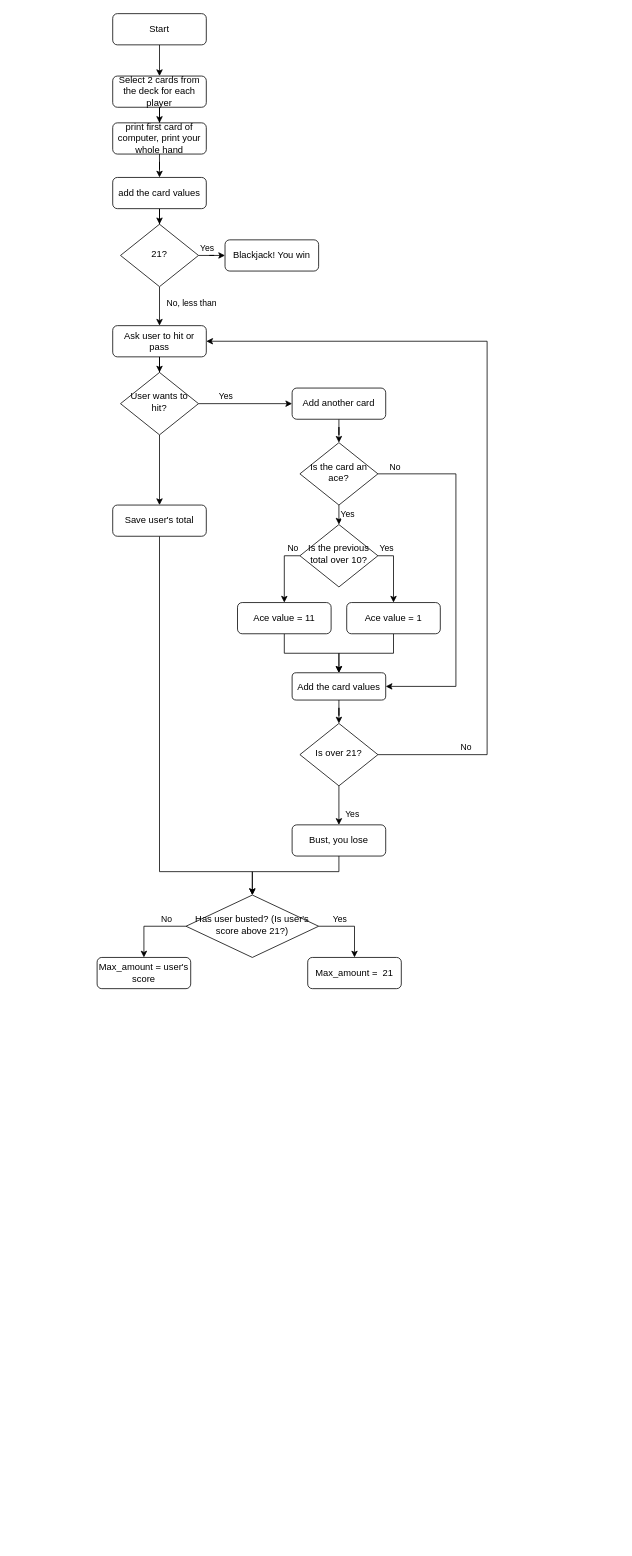
Earlier version of the draw.io diagram Untitled Diagram.drawio (technodactyl/hangman). Source tidied: cells renumbered, new cells numbered last; positions are measured from the earlier drawing's top-left corner, leaving out a move shared by most shapes. Both pictures are drawn from the tidied source at 78%, with x=0, y=0 at pixel (97, 13).
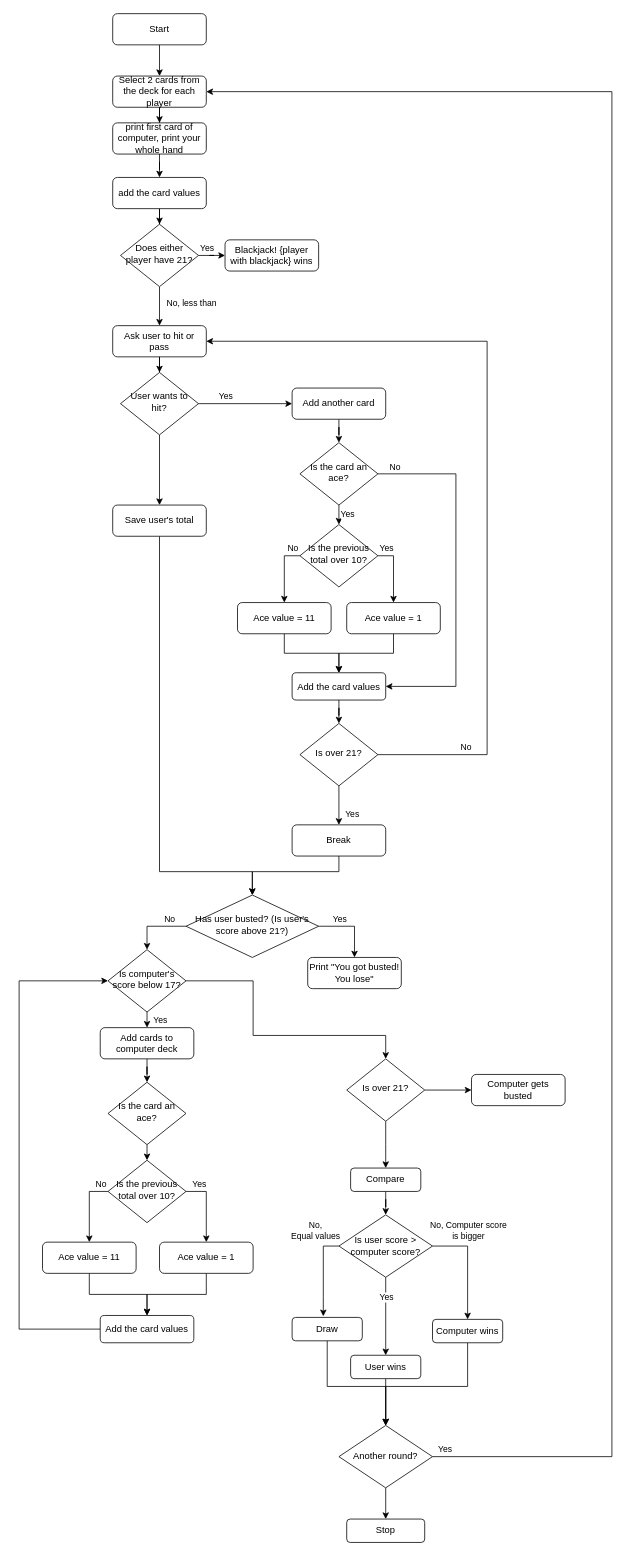
The same diagram, later.

Unchanged cells that the change refers to:
```xml
<mxCell id="18" value="Select 2 cards from the deck for each player" style="rounded=1;whiteSpace=wrap;html=1;fontSize=12;glass=0;strokeWidth=1;shadow=0;" parent="1" vertex="1">
  <mxGeometry x="20" y="80" width="120" height="40" as="geometry" />
</mxCell>
<mxCell id="53" value="Has user busted? (Is user's score above 21?)" style="rhombus;whiteSpace=wrap;html=1;shadow=0;fontFamily=Helvetica;fontSize=12;align=center;strokeWidth=1;spacing=6;spacingTop=-4;" parent="1" vertex="1">
  <mxGeometry x="114" y="1130" width="170" height="80" as="geometry" />
</mxCell>
```

What changed in the source:
```diff
@@
-    <mxCell id="13" value="21?" style="rhombus;whiteSpace=wrap;html=1;shadow=0;fontFamily=Helvetica;fontSize=12;align=center;strokeWidth=1;spacing=6;spacingTop=-4;" parent="1" vertex="1">
+    <mxCell id="13" value="Does either player have 21?" style="rhombus;whiteSpace=wrap;html=1;shadow=0;fontFamily=Helvetica;fontSize=12;align=center;strokeWidth=1;spacing=6;spacingTop=-4;" parent="1" vertex="1">
       <mxGeometry x="30" y="270" width="100" height="80" as="geometry" />
     </mxCell>
-    <mxCell id="14" value="Blackjack! You win" style="rounded=1;whiteSpace=wrap;html=1;fontSize=12;glass=0;strokeWidth=1;shadow=0;" parent="1" vertex="1">
+    <mxCell id="14" value="Blackjack! {player with blackjack} wins" style="rounded=1;whiteSpace=wrap;html=1;fontSize=12;glass=0;strokeWidth=1;shadow=0;" parent="1" vertex="1">
       <mxGeometry x="164" y="290" width="120" height="40" as="geometry" />
     </mxCell>
@@
-    <mxCell id="35" value="Bust, you lose" style="rounded=1;whiteSpace=wrap;html=1;fontSize=12;glass=0;strokeWidth=1;shadow=0;direction=east;" parent="1" vertex="1">
+    <mxCell id="35" value="Break" style="rounded=1;whiteSpace=wrap;html=1;fontSize=12;glass=0;strokeWidth=1;shadow=0;direction=east;" parent="1" vertex="1">
       <mxGeometry x="250" y="1040" width="120" height="40" as="geometry" />
     </mxCell>
@@
-    <mxCell id="51" style="edgeStyle=orthogonalEdgeStyle;rounded=0;jettySize=auto;html=1;exitX=0;exitY=0.5;exitDx=0;exitDy=0;entryX=0.5;entryY=0;entryDx=0;entryDy=0;" parent="1" edge="1" source="53" target="55">
-      <mxGeometry relative="1" as="geometry" />
-    </mxCell>
-    <mxCell id="52" value="No" style="edgeLabel;html=1;align=center;verticalAlign=middle;" parent="51" vertex="1">
-      <mxGeometry x="-0.45" relative="1" as="geometry">
-        <mxPoint y="-10" as="offset" />
-      </mxGeometry>
-    </mxCell>
+    <mxCell id="56" style="edgeStyle=orthogonalEdgeStyle;rounded=0;jettySize=auto;html=1;entryX=0.5;entryY=0;entryDx=0;entryDy=0;exitX=0;exitY=0.5;exitDx=0;exitDy=0;" parent="1" edge="1" source="53" target="62">
+      <mxGeometry relative="1" as="geometry" />
+    </mxCell>
+    <mxCell id="57" value="No" style="edgeLabel;html=1;align=center;verticalAlign=middle;" parent="56" vertex="1">
+      <mxGeometry x="-0.45" relative="1" as="geometry">
+        <mxPoint y="-10" as="offset" />
+      </mxGeometry>
+    </mxCell>
@@
-    <mxCell id="54" value="Max_amount =&amp;nbsp; 21" style="rounded=1;whiteSpace=wrap;html=1;fontSize=12;glass=0;strokeWidth=1;shadow=0;direction=east;" parent="1" vertex="1">
+    <mxCell id="54" value="Print &quot;You got busted! You lose&quot;" style="rounded=1;whiteSpace=wrap;html=1;fontSize=12;glass=0;strokeWidth=1;shadow=0;direction=east;" parent="1" vertex="1">
       <mxGeometry x="270" y="1210" width="120" height="40" as="geometry" />
     </mxCell>
+    <mxCell id="58" style="edgeStyle=orthogonalEdgeStyle;rounded=0;jettySize=auto;html=1;entryX=0.5;entryY=0;entryDx=0;entryDy=0;" parent="1" edge="1" source="55" target="73">
+      <mxGeometry relative="1" as="geometry" />
+    </mxCell>
-    <mxCell id="55" value="Max_amount = user's score" style="rounded=1;whiteSpace=wrap;html=1;fontSize=12;glass=0;strokeWidth=1;shadow=0;direction=east;" parent="1" vertex="1">
-      <mxGeometry y="1210" width="120" height="40" as="geometry" />
+    <mxCell id="55" value="Add cards to computer deck" style="rounded=1;whiteSpace=wrap;html=1;fontSize=12;glass=0;strokeWidth=1;shadow=0;direction=east;" parent="1" vertex="1">
+      <mxGeometry x="4" y="1300" width="120" height="40" as="geometry" />
     </mxCell>
+    <mxCell id="59" style="edgeStyle=orthogonalEdgeStyle;rounded=0;jettySize=auto;html=1;exitX=0.5;exitY=1;exitDx=0;exitDy=0;entryX=0.5;entryY=0;entryDx=0;entryDy=0;" parent="1" edge="1" source="62" target="55">
+      <mxGeometry relative="1" as="geometry" />
+    </mxCell>
+    <mxCell id="60" value="Yes" style="edgeLabel;html=1;align=center;verticalAlign=middle;" parent="59" vertex="1">
+      <mxGeometry x="-0.5" y="2" relative="1" as="geometry">
+        <mxPoint x="14" y="5" as="offset" />
+      </mxGeometry>
+    </mxCell>
+    <mxCell id="61" style="edgeStyle=orthogonalEdgeStyle;rounded=0;jettySize=auto;html=1;exitX=1;exitY=0.5;exitDx=0;exitDy=0;entryX=0.5;entryY=0;entryDx=0;entryDy=0;" parent="1" edge="1" source="62" target="79">
+      <mxGeometry relative="1" as="geometry">
+        <Array as="points">
+          <mxPoint x="200" y="1240" />
+          <mxPoint x="200" y="1310" />
+          <mxPoint x="370" y="1310" />
+        </Array>
+      </mxGeometry>
+    </mxCell>
+    <mxCell id="62" value="Is computer's score below 17?" style="rhombus;whiteSpace=wrap;html=1;shadow=0;fontFamily=Helvetica;fontSize=12;align=center;strokeWidth=1;spacing=6;spacingTop=-4;" parent="1" vertex="1">
+      <mxGeometry x="14" y="1200" width="100" height="80" as="geometry" />
+    </mxCell>
+    <mxCell id="63" style="edgeStyle=orthogonalEdgeStyle;rounded=0;jettySize=auto;html=1;entryX=0.5;entryY=0;entryDx=0;entryDy=0;exitX=0;exitY=0.5;exitDx=0;exitDy=0;" parent="1" edge="1" source="67" target="69">
+      <mxGeometry relative="1" as="geometry" />
+    </mxCell>
+    <mxCell id="64" value="No" style="edgeLabel;html=1;align=center;verticalAlign=middle;" parent="63" vertex="1">
+      <mxGeometry x="-0.84" y="1" relative="1" as="geometry">
+        <mxPoint x="-3" y="-11" as="offset" />
+      </mxGeometry>
+    </mxCell>
+    <mxCell id="65" style="edgeStyle=orthogonalEdgeStyle;rounded=0;jettySize=auto;html=1;exitX=1;exitY=0.5;exitDx=0;exitDy=0;" parent="1" edge="1" source="67" target="71">
+      <mxGeometry relative="1" as="geometry" />
+    </mxCell>
+    <mxCell id="66" value="Yes" style="edgeLabel;html=1;align=center;verticalAlign=middle;" parent="65" vertex="1">
+      <mxGeometry x="-0.63" y="-2" relative="1" as="geometry">
+        <mxPoint x="-1" y="-12" as="offset" />
+      </mxGeometry>
+    </mxCell>
+    <mxCell id="67" value="Is the previous total over 10?" style="rhombus;whiteSpace=wrap;html=1;shadow=0;fontFamily=Helvetica;fontSize=12;align=center;strokeWidth=1;spacing=6;spacingTop=-4;" parent="1" vertex="1">
+      <mxGeometry x="14" y="1470" width="100" height="80" as="geometry" />
+    </mxCell>
+    <mxCell id="68" style="edgeStyle=orthogonalEdgeStyle;rounded=0;jettySize=auto;html=1;" parent="1" edge="1" source="69" target="75">
+      <mxGeometry relative="1" as="geometry" />
+    </mxCell>
+    <mxCell id="69" value="Ace value = 11" style="rounded=1;whiteSpace=wrap;html=1;fontSize=12;glass=0;strokeWidth=1;shadow=0;" parent="1" vertex="1">
+      <mxGeometry x="-70" y="1575" width="120" height="40" as="geometry" />
+    </mxCell>
+    <mxCell id="70" style="edgeStyle=orthogonalEdgeStyle;rounded=0;jettySize=auto;html=1;entryX=0.5;entryY=0;entryDx=0;entryDy=0;" parent="1" edge="1" source="71" target="75">
+      <mxGeometry relative="1" as="geometry" />
+    </mxCell>
+    <mxCell id="71" value="Ace value = 1" style="rounded=1;whiteSpace=wrap;html=1;fontSize=12;glass=0;strokeWidth=1;shadow=0;" parent="1" vertex="1">
+      <mxGeometry x="80" y="1575" width="120" height="40" as="geometry" />
+    </mxCell>
+    <mxCell id="72" style="edgeStyle=orthogonalEdgeStyle;rounded=0;jettySize=auto;html=1;exitX=0.5;exitY=1;exitDx=0;exitDy=0;entryX=0.5;entryY=0;entryDx=0;entryDy=0;" parent="1" edge="1" source="73" target="67">
+      <mxGeometry relative="1" as="geometry" />
+    </mxCell>
+    <mxCell id="73" value="Is the card an ace?" style="rhombus;whiteSpace=wrap;html=1;shadow=0;fontFamily=Helvetica;fontSize=12;align=center;strokeWidth=1;spacing=6;spacingTop=-4;" parent="1" vertex="1">
+      <mxGeometry x="14" y="1370" width="100" height="80" as="geometry" />
+    </mxCell>
+    <mxCell id="74" style="edgeStyle=orthogonalEdgeStyle;rounded=0;jettySize=auto;html=1;entryX=0;entryY=0.5;entryDx=0;entryDy=0;" parent="1" edge="1" source="75" target="62">
+      <mxGeometry relative="1" as="geometry">
+        <Array as="points">
+          <mxPoint x="-100" y="1687" />
+          <mxPoint x="-100" y="1240" />
+        </Array>
+      </mxGeometry>
+    </mxCell>
+    <mxCell id="75" value="Add the card values" style="rounded=1;whiteSpace=wrap;html=1;fontSize=12;glass=0;strokeWidth=1;shadow=0;" parent="1" vertex="1">
+      <mxGeometry x="4" y="1669" width="120" height="35" as="geometry" />
+    </mxCell>
+    <mxCell id="76" value="Computer gets busted" style="rounded=1;whiteSpace=wrap;html=1;fontSize=12;glass=0;strokeWidth=1;shadow=0;direction=east;" parent="1" vertex="1">
+      <mxGeometry x="480" y="1360" width="120" height="40" as="geometry" />
+    </mxCell>
+    <mxCell id="77" style="edgeStyle=orthogonalEdgeStyle;rounded=0;jettySize=auto;html=1;" parent="1" edge="1" source="79" target="76">
+      <mxGeometry relative="1" as="geometry" />
+    </mxCell>
+    <mxCell id="78" style="edgeStyle=orthogonalEdgeStyle;rounded=0;jettySize=auto;html=1;" parent="1" edge="1" source="79">
+      <mxGeometry relative="1" as="geometry">
+        <mxPoint x="370" y="1480" as="targetPoint" />
+      </mxGeometry>
+    </mxCell>
+    <mxCell id="79" value="Is over 21?" style="rhombus;whiteSpace=wrap;html=1;shadow=0;fontFamily=Helvetica;fontSize=12;align=center;strokeWidth=1;spacing=6;spacingTop=-4;" parent="1" vertex="1">
+      <mxGeometry x="320" y="1340" width="100" height="80" as="geometry" />
+    </mxCell>
+    <mxCell id="80" style="edgeStyle=orthogonalEdgeStyle;rounded=0;jettySize=auto;html=1;entryX=0.5;entryY=0;entryDx=0;entryDy=0;" parent="1" edge="1" source="81" target="87">
+      <mxGeometry relative="1" as="geometry" />
+    </mxCell>
+    <mxCell id="81" value="Compare" style="rounded=1;whiteSpace=wrap;html=1;fontSize=12;glass=0;strokeWidth=1;shadow=0;direction=east;" parent="1" vertex="1">
+      <mxGeometry x="325" y="1480" width="90" height="30" as="geometry" />
+    </mxCell>
+    <mxCell id="82" value="No, &lt;br&gt;Equal values" style="edgeStyle=orthogonalEdgeStyle;rounded=0;jettySize=auto;html=1;" parent="1" edge="1" source="87">
+      <mxGeometry x="-0.64" y="-22" relative="1" as="geometry">
+        <mxPoint x="290" y="1670" as="targetPoint" />
+        <mxPoint x="12" y="-20" as="offset" />
+      </mxGeometry>
+    </mxCell>
+    <mxCell id="83" style="edgeStyle=orthogonalEdgeStyle;rounded=0;jettySize=auto;html=1;entryX=0.5;entryY=0;entryDx=0;entryDy=0;exitX=1;exitY=0.5;exitDx=0;exitDy=0;" parent="1" edge="1" source="87" target="91">
+      <mxGeometry relative="1" as="geometry" />
+    </mxCell>
+    <mxCell id="84" value="No, Computer score&lt;br&gt;is bigger" style="edgeLabel;html=1;align=center;verticalAlign=middle;" parent="83" vertex="1">
+      <mxGeometry x="-0.63" y="-1" relative="1" as="geometry">
+        <mxPoint x="19" y="-21" as="offset" />
+      </mxGeometry>
+    </mxCell>
+    <mxCell id="85" style="edgeStyle=orthogonalEdgeStyle;rounded=0;jettySize=auto;html=1;" parent="1" edge="1" source="87" target="93">
+      <mxGeometry relative="1" as="geometry" />
+    </mxCell>
+    <mxCell id="86" value="Yes" style="edgeLabel;html=1;align=center;verticalAlign=middle;" parent="85" vertex="1">
+      <mxGeometry x="-0.5" y="1" relative="1" as="geometry">
+        <mxPoint x="-1" as="offset" />
+      </mxGeometry>
+    </mxCell>
+    <mxCell id="87" value="Is user score &amp;gt; computer score?" style="rhombus;whiteSpace=wrap;html=1;" parent="1" vertex="1">
+      <mxGeometry x="310" y="1540" width="120" height="80" as="geometry" />
+    </mxCell>
+    <mxCell id="88" style="edgeStyle=orthogonalEdgeStyle;rounded=0;jettySize=auto;html=1;" parent="1" edge="1" source="89" target="97">
+      <mxGeometry relative="1" as="geometry">
+        <Array as="points">
+          <mxPoint x="295" y="1760" />
+          <mxPoint x="370" y="1760" />
+        </Array>
+      </mxGeometry>
+    </mxCell>
+    <mxCell id="89" value="Draw" style="rounded=1;whiteSpace=wrap;html=1;fontSize=12;glass=0;strokeWidth=1;shadow=0;direction=east;" parent="1" vertex="1">
+      <mxGeometry x="250" y="1671.5" width="90" height="30" as="geometry" />
+    </mxCell>
+    <mxCell id="90" style="edgeStyle=orthogonalEdgeStyle;rounded=0;jettySize=auto;html=1;" parent="1" edge="1" source="91" target="97">
+      <mxGeometry relative="1" as="geometry">
+        <Array as="points">
+          <mxPoint x="475" y="1760" />
+          <mxPoint x="370" y="1760" />
+        </Array>
+      </mxGeometry>
+    </mxCell>
+    <mxCell id="91" value="Computer wins" style="rounded=1;whiteSpace=wrap;html=1;fontSize=12;glass=0;strokeWidth=1;shadow=0;direction=east;" parent="1" vertex="1">
+      <mxGeometry x="430" y="1674" width="90" height="30" as="geometry" />
+    </mxCell>
+    <mxCell id="92" style="edgeStyle=orthogonalEdgeStyle;rounded=0;jettySize=auto;html=1;entryX=0.5;entryY=0;entryDx=0;entryDy=0;" parent="1" edge="1" source="93" target="97">
+      <mxGeometry relative="1" as="geometry" />
+    </mxCell>
+    <mxCell id="93" value="User wins" style="rounded=1;whiteSpace=wrap;html=1;fontSize=12;glass=0;strokeWidth=1;shadow=0;direction=east;" parent="1" vertex="1">
+      <mxGeometry x="325" y="1720" width="90" height="30" as="geometry" />
+    </mxCell>
+    <mxCell id="94" style="edgeStyle=orthogonalEdgeStyle;rounded=0;jettySize=auto;html=1;entryX=1;entryY=0.5;entryDx=0;entryDy=0;" parent="1" edge="1" source="97" target="18">
+      <mxGeometry relative="1" as="geometry">
+        <Array as="points">
+          <mxPoint x="660" y="1850" />
+          <mxPoint x="660" y="100" />
+        </Array>
+      </mxGeometry>
+    </mxCell>
+    <mxCell id="95" value="Yes" style="edgeLabel;html=1;align=center;verticalAlign=middle;" parent="94" vertex="1">
+      <mxGeometry x="-0.94" y="-2" relative="1" as="geometry">
+        <mxPoint x="-60" y="-12" as="offset" />
+      </mxGeometry>
+    </mxCell>
+    <mxCell id="96" style="edgeStyle=orthogonalEdgeStyle;rounded=0;jettySize=auto;html=1;entryX=0.5;entryY=0;entryDx=0;entryDy=0;" parent="1" edge="1" source="97" target="98">
+      <mxGeometry relative="1" as="geometry" />
+    </mxCell>
+    <mxCell id="97" value="Another round?" style="rhombus;whiteSpace=wrap;html=1;" parent="1" vertex="1">
+      <mxGeometry x="310" y="1810" width="120" height="80" as="geometry" />
+    </mxCell>
+    <mxCell id="98" value="Stop" style="rounded=1;whiteSpace=wrap;html=1;" parent="1" vertex="1">
+      <mxGeometry x="320" y="1930" width="100" height="30" as="geometry" />
+    </mxCell>
```
